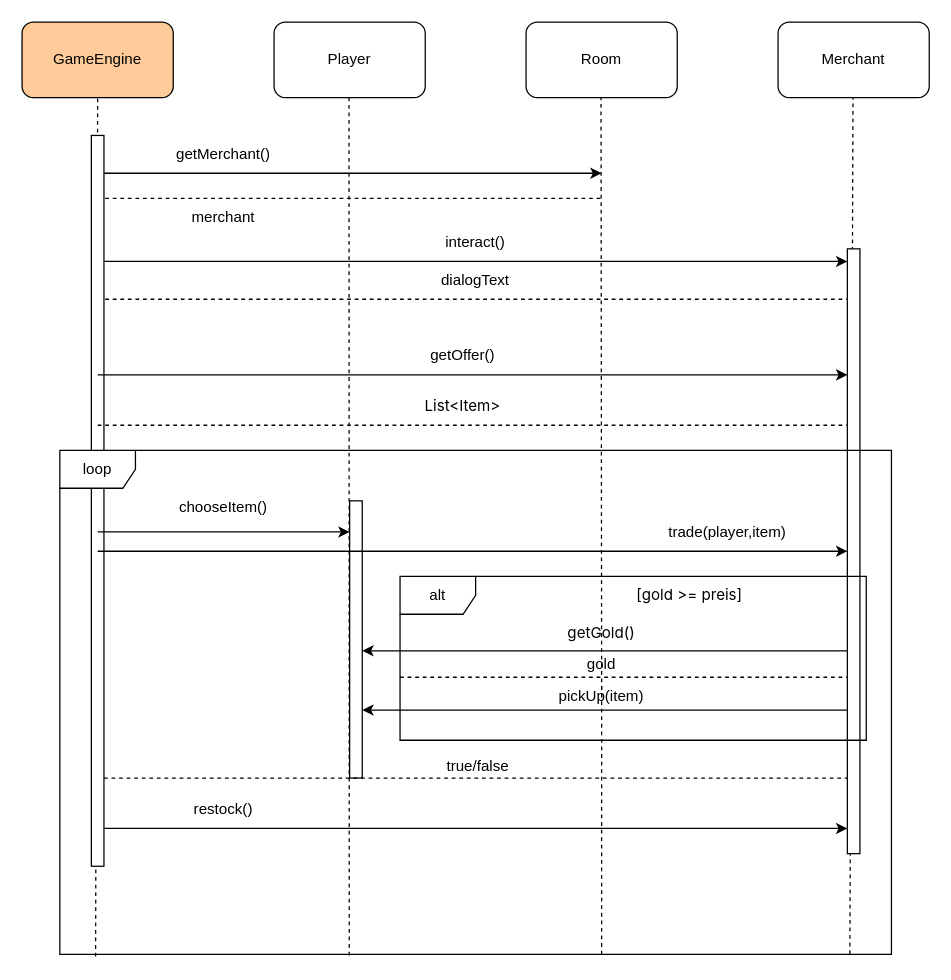
V1perZerofy/uml_project keeps this draw.io diagram as Diagrams/DungeonAdventure_MerchantSequenzdiagramm.drawio. Above is the earlier version. Source tidied: cells renumbered, new cells numbered last; positions are measured from the earlier drawing's top-left corner, leaving out a move shared by most shapes. Both pictures are drawn from the tidied source at 126%, with x=0, y=0 at pixel (21, 21).
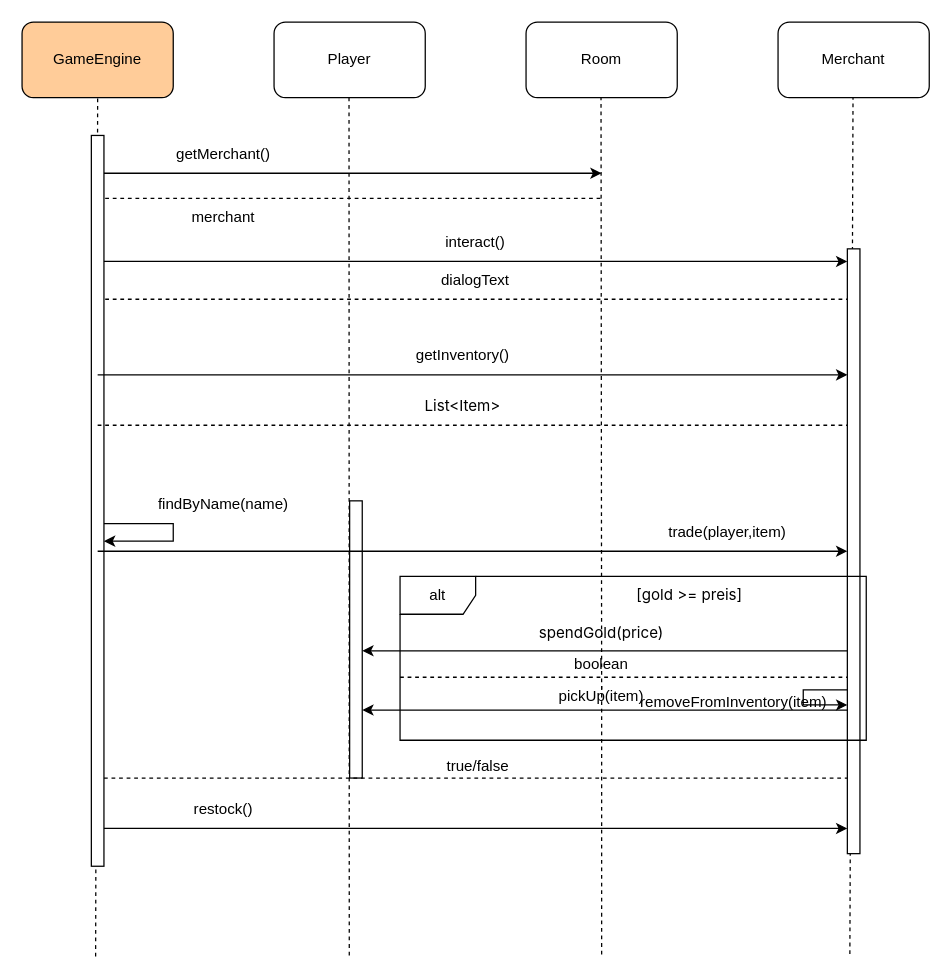
After the change.

Commit message (it also covers changes not shown here):
Refactor Merchant inventory management and enhance combat mechanics

Unchanged cells that the change refers to:
```xml
<mxCell id="11" value="GameEngine" style="rounded=1;whiteSpace=wrap;html=1;fillColor=light-dark(#FFCC99,#FF9933);" parent="1" vertex="1">
  <mxGeometry width="120" height="60" as="geometry" />
</mxCell>
```

The edit, as a diff of the source:
```diff
@@
-    <mxCell id="3" style="endArrow=none;dashed=1;html=1;rounded=0;entryX=0.5;entryY=1;entryDx=0;entryDy=0;exitX=0.95;exitY=0.999;exitDx=0;exitDy=0;exitPerimeter=0;" parent="1" edge="1" source="28">
+    <mxCell id="3" style="endArrow=none;dashed=1;html=1;rounded=0;entryX=0.5;entryY=1;entryDx=0;entryDy=0;exitX=0.95;exitY=0.999;exitDx=0;exitDy=0;exitPerimeter=0;" parent="1" edge="1">
       <mxGeometry relative="1" as="geometry">
+        <mxPoint x="657" y="739.6" as="sourcePoint" />
         <mxPoint x="659.5" y="60" as="targetPoint" />
       </mxGeometry>
     </mxCell>
@@
-    <mxCell id="9" style="endArrow=none;dashed=1;html=1;rounded=0;entryX=0.5;entryY=1;entryDx=0;entryDy=0;exitX=0.043;exitY=1.004;exitDx=0;exitDy=0;exitPerimeter=0;" parent="1" edge="1" source="28" target="11">
-      <mxGeometry relative="1" as="geometry" />
+    <mxCell id="9" style="endArrow=none;dashed=1;html=1;rounded=0;entryX=0.5;entryY=1;entryDx=0;entryDy=0;exitX=0.043;exitY=1.004;exitDx=0;exitDy=0;exitPerimeter=0;" parent="1" edge="1" target="11">
+      <mxGeometry relative="1" as="geometry">
+        <mxPoint x="58.4" y="741.6" as="sourcePoint" />
+      </mxGeometry>
     </mxCell>
@@
-    <mxCell id="15" style="endArrow=none;dashed=1;html=1;rounded=0;entryX=0.5;entryY=1;entryDx=0;entryDy=0;exitX=0.348;exitY=1.002;exitDx=0;exitDy=0;exitPerimeter=0;" parent="1" edge="1" source="28">
+    <mxCell id="15" style="endArrow=none;dashed=1;html=1;rounded=0;entryX=0.5;entryY=1;entryDx=0;entryDy=0;exitX=0.348;exitY=1.002;exitDx=0;exitDy=0;exitPerimeter=0;" parent="1" edge="1">
       <mxGeometry relative="1" as="geometry">
+        <mxPoint x="259.7" y="740.8" as="sourcePoint" />
         <mxPoint x="259.5" y="60" as="targetPoint" />
       </mxGeometry>
     </mxCell>
@@
-    <mxCell id="21" value="getOffer()" style="text;html=1;whiteSpace=wrap;strokeColor=none;fillColor=none;align=center;verticalAlign=middle;rounded=0;" parent="1" vertex="1">
+    <mxCell id="21" value="getInventory()" style="text;html=1;whiteSpace=wrap;strokeColor=none;fillColor=none;align=center;verticalAlign=middle;rounded=0;" parent="1" vertex="1">
       <mxGeometry x="320" y="250" width="60" height="30" as="geometry" />
     </mxCell>
@@
-    <mxCell id="24" value="chooseItem()" style="text;html=1;whiteSpace=wrap;strokeColor=none;fillColor=none;align=center;verticalAlign=middle;rounded=0;" parent="1" vertex="1">
-      <mxGeometry x="130" y="370" width="60" height="30" as="geometry" />
+    <mxCell id="24" value="findByName(name)" style="text;html=1;whiteSpace=wrap;strokeColor=none;fillColor=none;align=center;verticalAlign=middle;rounded=0;" parent="1" vertex="1">
+      <mxGeometry x="110" y="368" width="100" height="30" as="geometry" />
     </mxCell>
@@
-    <mxCell id="28" value="loop" style="shape=umlFrame;whiteSpace=wrap;html=1;" parent="1" vertex="1">
-      <mxGeometry x="30" y="340" width="660" height="400" as="geometry" />
-    </mxCell>
     <mxCell id="29" style="endArrow=classic;html=1;rounded=0;" parent="1" edge="1">
       <mxGeometry relative="1" as="geometry">
-        <mxPoint x="60" y="404.7" as="sourcePoint" />
-        <mxPoint x="260" y="404.7" as="targetPoint" />
+        <mxPoint x="65" y="398" as="sourcePoint" />
+        <mxPoint x="65" y="412" as="targetPoint" />
+        <Array as="points">
+          <mxPoint x="120" y="398" />
+          <mxPoint x="120" y="412" />
+        </Array>
       </mxGeometry>
     </mxCell>
@@
+    <mxCell id="43" style="endArrow=classic;html=1;rounded=0;" parent="1" edge="1">
+      <mxGeometry relative="1" as="geometry">
+        <mxPoint x="655" y="530" as="sourcePoint" />
+        <mxPoint x="655" y="542" as="targetPoint" />
+        <Array as="points">
+          <mxPoint x="620" y="530" />
+          <mxPoint x="620" y="542" />
+        </Array>
+      </mxGeometry>
+    </mxCell>
+    <mxCell id="44" value="removeFromInventory(item)" style="text;html=1;whiteSpace=wrap;strokeColor=none;fillColor=none;align=center;verticalAlign=middle;rounded=0;" parent="1" vertex="1">
+      <mxGeometry x="505" y="530" width="120" height="20" as="geometry" />
+    </mxCell>
@@
-    <mxCell id="37" value="&lt;span style=&quot;font-family: &amp;quot;Anthropic Sans&amp;quot;, -apple-system, BlinkMacSystemFont, &amp;quot;Segoe UI&amp;quot;, sans-serif; text-align: start; white-space: nowrap;&quot;&gt;getGold()&lt;/span&gt;" style="text;html=1;whiteSpace=wrap;strokeColor=none;fillColor=none;align=center;verticalAlign=middle;rounded=0;" parent="1" vertex="1">
+    <mxCell id="37" value="&lt;span style=&quot;font-family: &amp;quot;Anthropic Sans&amp;quot;, -apple-system, BlinkMacSystemFont, &amp;quot;Segoe UI&amp;quot;, sans-serif; text-align: start; white-space: nowrap;&quot;&gt;spendGold(price)&lt;/span&gt;" style="text;html=1;whiteSpace=wrap;strokeColor=none;fillColor=none;align=center;verticalAlign=middle;rounded=0;" parent="1" vertex="1">
       <mxGeometry x="430" y="470" width="60" height="30" as="geometry" />
     </mxCell>
-    <mxCell id="38" value="gold" style="text;html=1;whiteSpace=wrap;strokeColor=none;fillColor=none;align=center;verticalAlign=middle;rounded=0;" parent="1" vertex="1">
+    <mxCell id="38" value="boolean" style="text;html=1;whiteSpace=wrap;strokeColor=none;fillColor=none;align=center;verticalAlign=middle;rounded=0;" parent="1" vertex="1">
       <mxGeometry x="430" y="495" width="60" height="30" as="geometry" />
     </mxCell>
```
